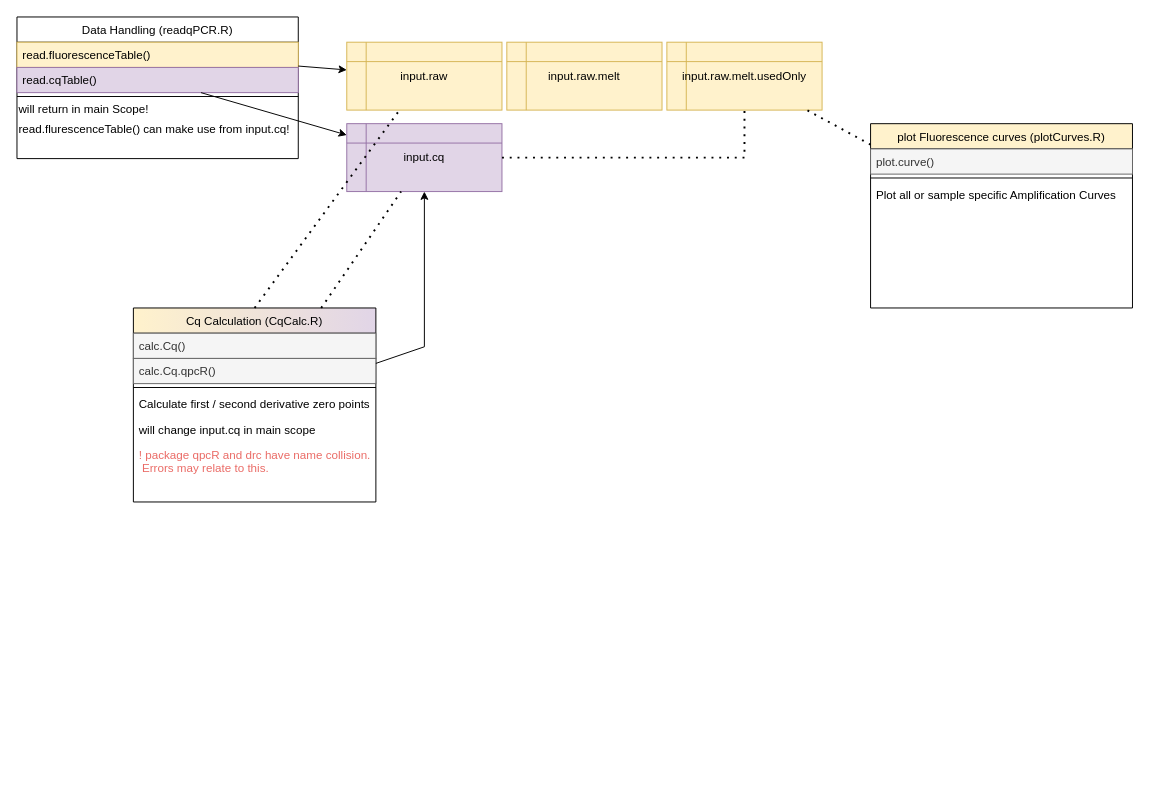
Above: overview.drawio in AGSeifert/DoubleqpcR (draw.io), before the change. Source tidied: cells renumbered, new cells numbered last; positions are measured from the earlier drawing's top-left corner, leaving out a move shared by most shapes. Both pictures are drawn from the tidied source at 97%, with x=0, y=0 at pixel (16, 16).
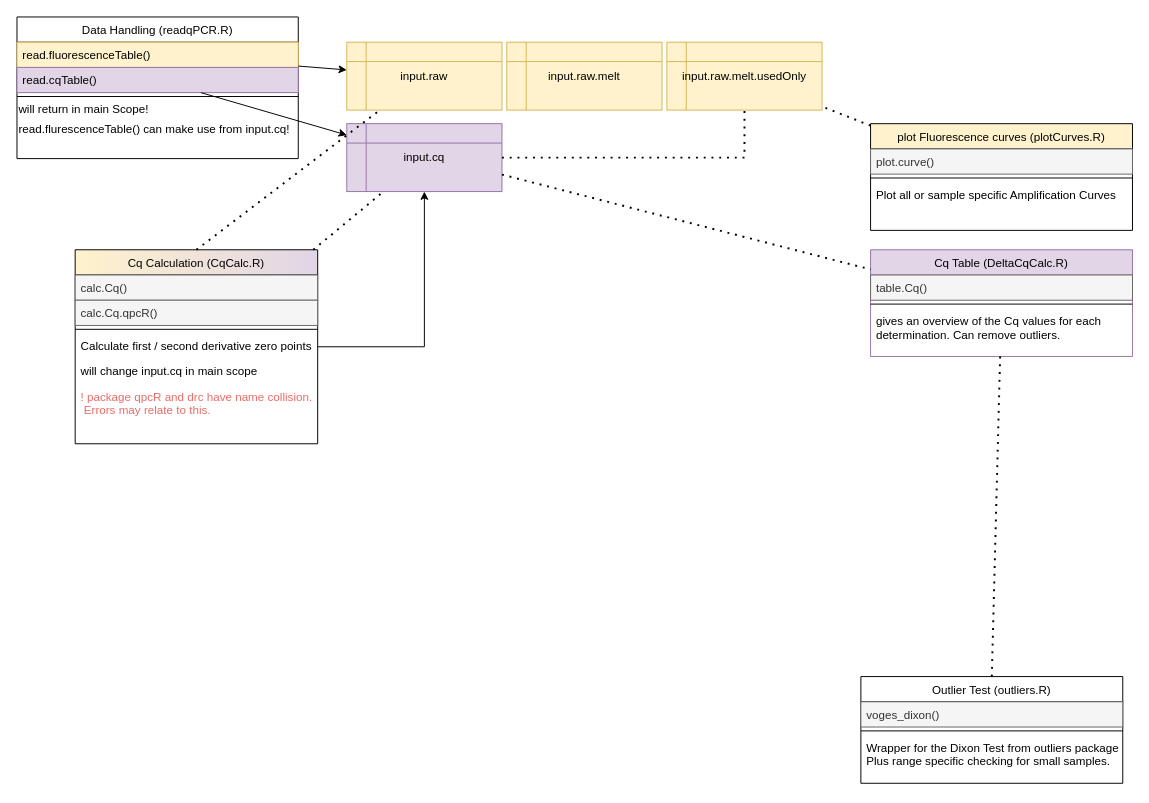
The same diagram, later.

Commit message (it also covers changes not shown here):
Cq Table finished + outliers.

The change refers to these unchanged cells:
```xml
<mxCell id="17" value="&lt;span style=&quot;font-weight: normal&quot;&gt;input.cq&lt;/span&gt;" style="shape=internalStorage;whiteSpace=wrap;html=1;backgroundOutline=1;fillColor=#e1d5e7;fontStyle=1;strokeColor=#9673a6;sketch=0;" parent="1" vertex="1">
  <mxGeometry x="340" y="110" width="160" height="70" as="geometry" />
</mxCell>
```

Change to the diagram source:
```diff
@@
     <mxCell id="9" value="Cq Calculation (CqCalc.R)" style="swimlane;fontStyle=0;align=center;verticalAlign=top;horizontal=1;startSize=26;rounded=0;shadow=0;strokeWidth=1;gradientDirection=east;fillColor=#fff2cc;strokeColor=default;gradientColor=#E1D5E7;sketch=0;" parent="1" vertex="1">
-      <mxGeometry x="120" y="300" width="250" height="200" as="geometry" />
+      <mxGeometry x="60" y="240" width="250" height="200" as="geometry" />
     </mxCell>
@@
     <mxCell id="25" value="plot Fluorescence curves (plotCurves.R)" style="swimlane;fontStyle=0;align=center;verticalAlign=top;horizontal=1;startSize=26;rounded=0;shadow=0;strokeWidth=1;gradientDirection=east;fillColor=#fff2cc;strokeColor=default;gradientColor=none;glass=0;sketch=0;" parent="1" vertex="1">
-      <mxGeometry x="880" y="110" width="270" height="190" as="geometry" />
+      <mxGeometry x="880" y="110" width="270" height="110" as="geometry" />
     </mxCell>
@@
+    <mxCell id="31" value="Cq Table (DeltaCqCalc.R)" style="swimlane;fontStyle=0;align=center;verticalAlign=top;horizontal=1;startSize=26;rounded=0;shadow=0;strokeWidth=1;gradientDirection=east;fillColor=#e1d5e7;strokeColor=#9673a6;glass=0;sketch=0;" parent="1" vertex="1">
+      <mxGeometry x="880" y="240" width="270" height="110" as="geometry" />
+    </mxCell>
+    <mxCell id="32" value="table.Cq()" style="text;align=left;verticalAlign=top;spacingLeft=4;spacingRight=4;overflow=hidden;fillColor=#f5f5f5;strokeColor=#666666;fontColor=#333333;sketch=0;" parent="31" vertex="1">
+      <mxGeometry y="26" width="270" height="26" as="geometry" />
+    </mxCell>
+    <mxCell id="33" style="line;html=1;strokeWidth=1;align=left;verticalAlign=middle;spacingTop=-1;spacingLeft=3;spacingRight=3;labelPosition=right;sketch=0;" parent="31" vertex="1">
+      <mxGeometry y="52" width="270" height="8" as="geometry" />
+    </mxCell>
+    <mxCell id="34" value="gives an overview of the Cq values for each&#10;determination. Can remove outliers." style="text;align=left;verticalAlign=top;spacingLeft=4;spacingRight=4;overflow=hidden;fontStyle=0;fillColor=none;sketch=0;" parent="31" vertex="1">
+      <mxGeometry y="60" width="270" height="50" as="geometry" />
+    </mxCell>
+    <mxCell id="35" style="endArrow=none;dashed=1;html=1;dashPattern=1 3;strokeWidth=2;rounded=0;exitX=1;exitY=0.75;exitDx=0;exitDy=0;" parent="1" edge="1" source="17" target="31">
+      <mxGeometry relative="1" as="geometry" />
+    </mxCell>
+    <mxCell id="36" value="Outlier Test (outliers.R)" style="swimlane;fontStyle=0;align=center;verticalAlign=top;horizontal=1;startSize=26;rounded=0;shadow=0;strokeWidth=1;gradientDirection=east;glass=0;sketch=0;" parent="1" vertex="1">
+      <mxGeometry x="870" y="680" width="270" height="110" as="geometry" />
+    </mxCell>
+    <mxCell id="37" value="voges_dixon()" style="text;align=left;verticalAlign=top;spacingLeft=4;spacingRight=4;overflow=hidden;fillColor=#f5f5f5;strokeColor=#666666;fontColor=#333333;sketch=0;" parent="36" vertex="1">
+      <mxGeometry y="26" width="270" height="26" as="geometry" />
+    </mxCell>
+    <mxCell id="38" style="line;html=1;strokeWidth=1;align=left;verticalAlign=middle;spacingTop=-1;spacingLeft=3;spacingRight=3;labelPosition=right;sketch=0;" parent="36" vertex="1">
+      <mxGeometry y="52" width="270" height="8" as="geometry" />
+    </mxCell>
+    <mxCell id="39" value="Wrapper for the Dixon Test from outliers package.&#10;Plus range specific checking for small samples." style="text;align=left;verticalAlign=top;spacingLeft=4;spacingRight=4;overflow=hidden;fontStyle=0;fillColor=none;sketch=0;" parent="36" vertex="1">
+      <mxGeometry y="60" width="270" height="50" as="geometry" />
+    </mxCell>
+    <mxCell id="40" style="endArrow=none;dashed=1;html=1;dashPattern=1 3;strokeWidth=2;rounded=0;exitX=0.5;exitY=0;exitDx=0;exitDy=0;" parent="1" edge="1" source="36" target="31">
+      <mxGeometry relative="1" as="geometry" />
+    </mxCell>
```
